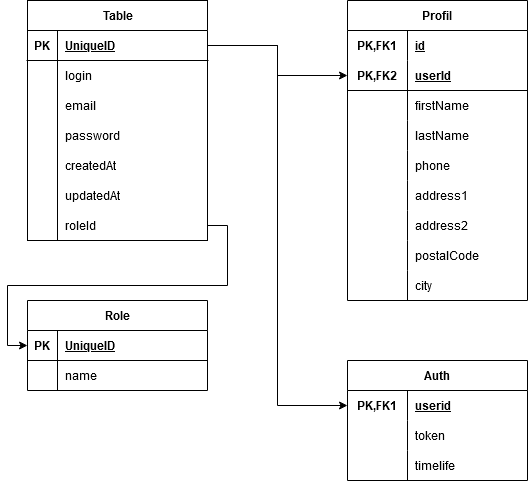
Before: Diagramme sans nom.drawio.png, a diagram exported from draw.io (houckontape/tuxProject). Source tidied: cells renumbered, new cells last; positions are measured from the earlier drawing's top-left corner, leaving out a move shared by most shapes.
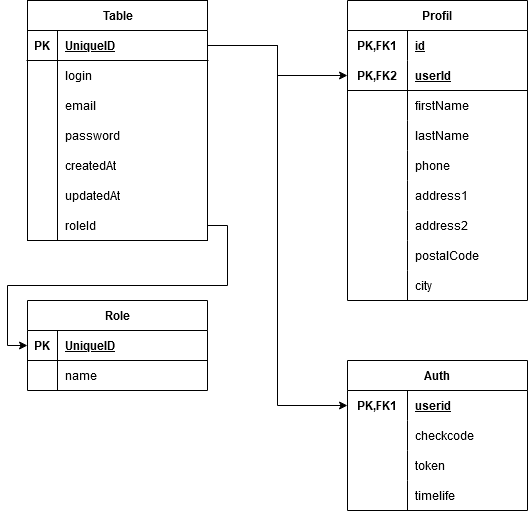
After the change.

Commit message:
Mettre à jour Diagramme sans nom.drawio.png

Change to the diagram source:
```diff
@@ -180,7 +180,7 @@
       <mxGeometry relative="1" as="geometry" />
     </mxCell>
     <mxCell id="61" value="Auth" style="shape=table;startSize=30;rowLines=0;fontStyle=1;align=center;html=1;whiteSpace=wrap;" parent="1" vertex="1">
-      <mxGeometry x="320" y="360" width="180" height="120" as="geometry" />
+      <mxGeometry x="320" y="360" width="180" height="150" as="geometry" />
     </mxCell>
     <mxCell id="62" style="shape=tableRow;horizontal=0;startSize=0;swimlaneHead=0;swimlaneBody=0;fillColor=none;points=[[0,0.5],[1,0.5]];portConstraint=eastwest;top=0;left=0;right=0;bottom=0;html=1;" parent="61" vertex="1">
       <mxGeometry y="30" width="180" height="30" as="geometry" />
@@ -191,8 +191,17 @@
     <mxCell id="64" value="userid" style="shape=partialRectangle;fillColor=none;top=0;left=0;bottom=0;right=0;align=left;spacingLeft=6;fontStyle=5;overflow=hidden;html=1;whiteSpace=wrap;" parent="62" vertex="1">
       <mxGeometry x="60" width="120" height="30" as="geometry" />
     </mxCell>
+    <mxCell id="72" style="shape=tableRow;horizontal=0;startSize=0;swimlaneHead=0;swimlaneBody=0;fillColor=none;top=0;left=0;right=0;bottom=0;html=1;" parent="61" vertex="1">
+      <mxGeometry y="60" width="180" height="30" as="geometry" />
+    </mxCell>
+    <mxCell id="73" style="shape=partialRectangle;fillColor=none;top=0;left=0;bottom=0;right=0;overflow=hidden;html=1;whiteSpace=wrap;" parent="72" vertex="1">
+      <mxGeometry width="60" height="30" as="geometry" />
+    </mxCell>
+    <mxCell id="74" value="checkcode" style="shape=partialRectangle;fillColor=none;top=0;left=0;bottom=0;right=0;align=left;spacingLeft=6;overflow=hidden;html=1;whiteSpace=wrap;" parent="72" vertex="1">
+      <mxGeometry x="60" width="120" height="30" as="geometry" />
+    </mxCell>
     <mxCell id="65" style="shape=tableRow;horizontal=0;startSize=0;swimlaneHead=0;swimlaneBody=0;fillColor=none;top=0;left=0;right=0;bottom=0;html=1;" parent="61" vertex="1">
-      <mxGeometry y="60" width="180" height="30" as="geometry" />
+      <mxGeometry y="90" width="180" height="30" as="geometry" />
     </mxCell>
     <mxCell id="66" style="shape=partialRectangle;fillColor=none;top=0;left=0;bottom=0;right=0;overflow=hidden;html=1;whiteSpace=wrap;" parent="65" vertex="1">
       <mxGeometry width="60" height="30" as="geometry" />
@@ -201,7 +210,7 @@
       <mxGeometry x="60" width="120" height="30" as="geometry" />
     </mxCell>
     <mxCell id="68" style="shape=tableRow;horizontal=0;startSize=0;swimlaneHead=0;swimlaneBody=0;fillColor=none;top=0;left=0;right=0;bottom=0;html=1;" parent="61" vertex="1">
-      <mxGeometry y="90" width="180" height="30" as="geometry" />
+      <mxGeometry y="120" width="180" height="30" as="geometry" />
     </mxCell>
     <mxCell id="69" style="shape=partialRectangle;fillColor=none;top=0;left=0;bottom=0;right=0;overflow=hidden;html=1;whiteSpace=wrap;" parent="68" vertex="1">
       <mxGeometry width="60" height="30" as="geometry" />
```
